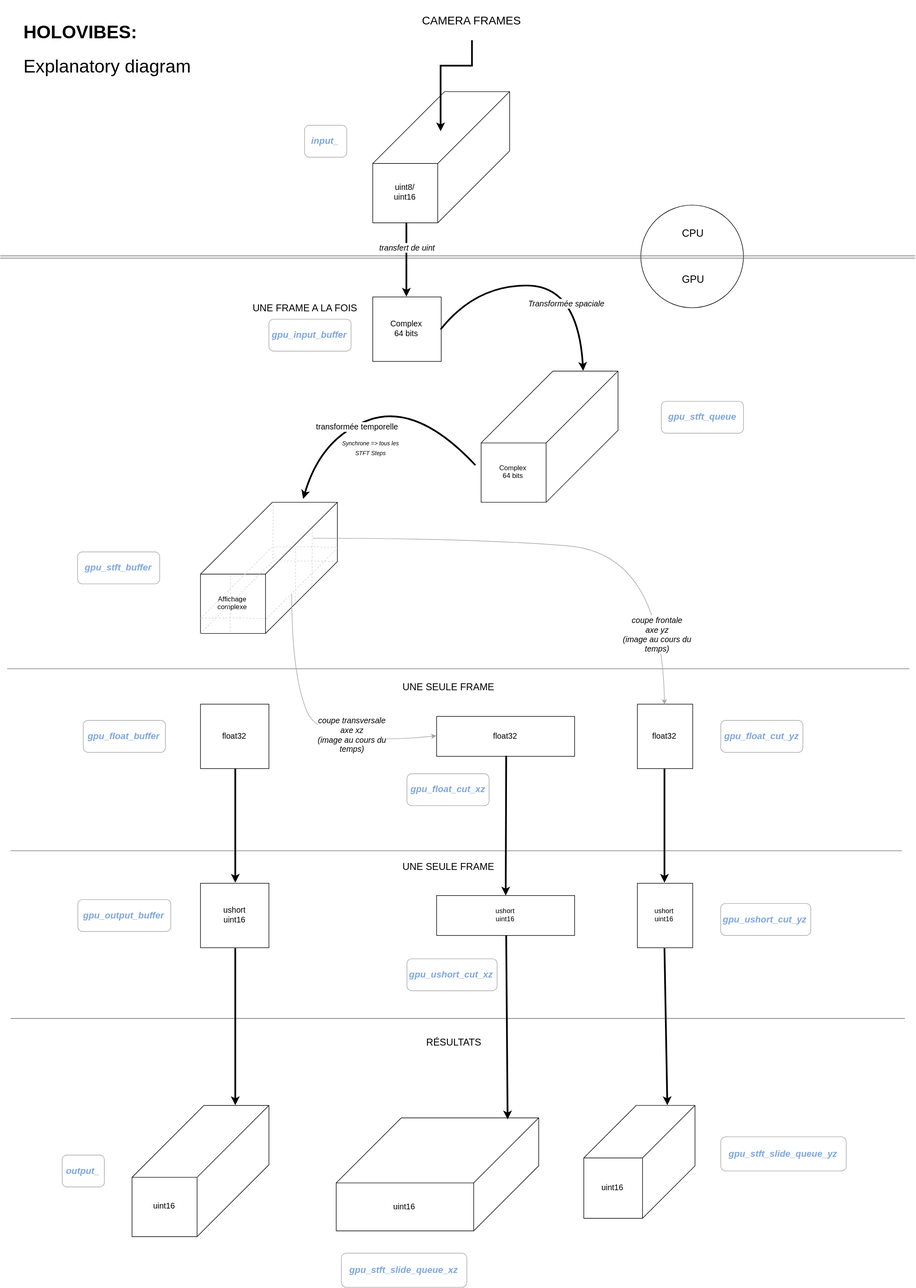
Before: documentation/images/holovibes.svg, a diagram exported from draw.io (DigitalHolography/Holovibes). Source tidied: cells renumbered, new cells last; positions are measured from the earlier drawing's top-left corner, leaving out a move shared by most shapes.
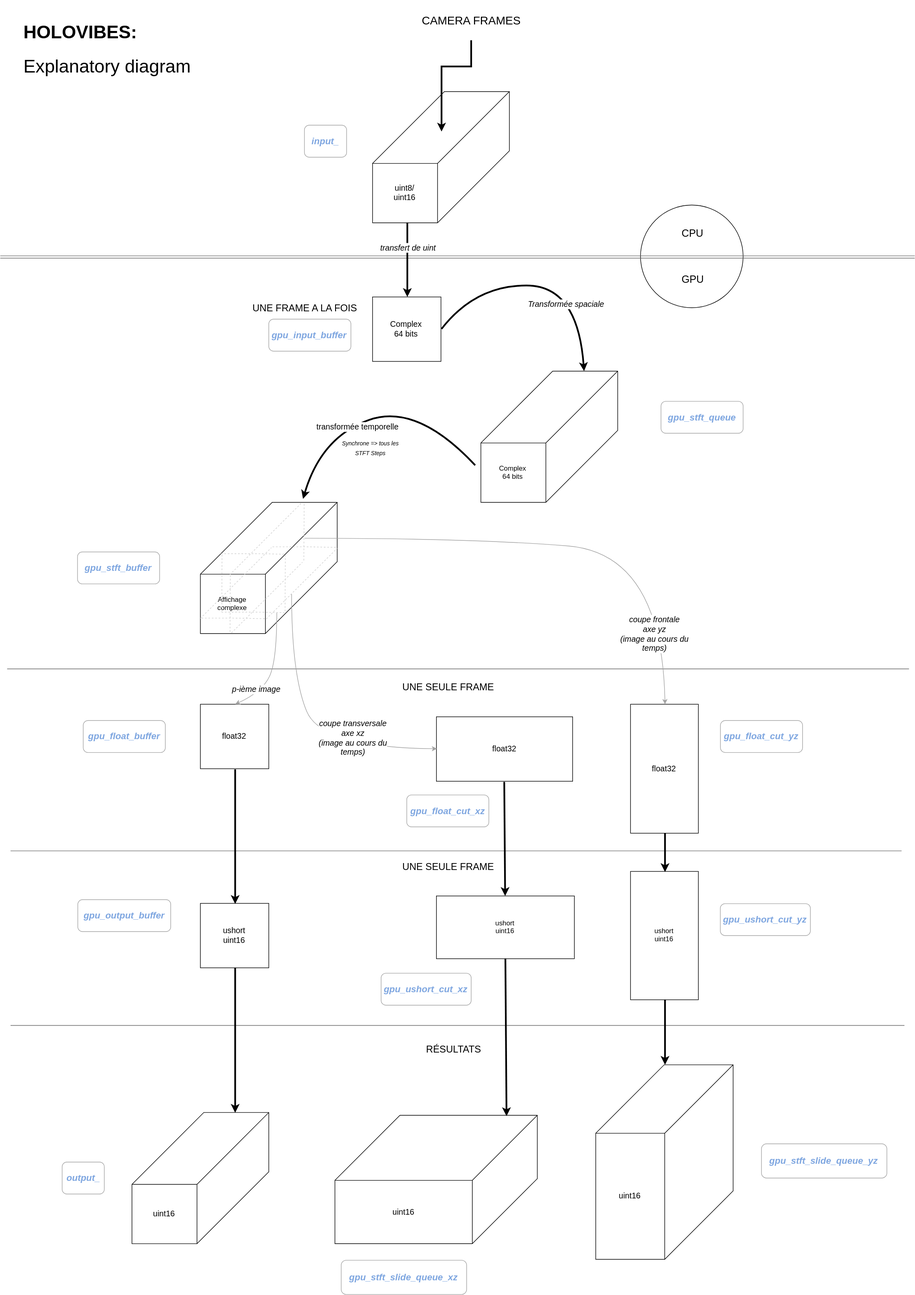
The same file after the commit.

Commit message:
fix: correction of the holovibes diagram

Change to the diagram source:
```diff
@@ -80,49 +80,22 @@
         </Array>
       </mxGeometry>
     </mxCell>
-    <mxCell id="21" style="endArrow=none;dashed=1;html=1;strokeWidth=1;fontSize=14;fillColor=#eeeeee;strokeColor=#CFCFCF;" parent="1" edge="1">
-      <mxGeometry relative="1" as="geometry">
-        <mxPoint x="518" y="954" as="sourcePoint" />
-        <mxPoint x="517.5" y="1056" as="targetPoint" />
-      </mxGeometry>
-    </mxCell>
     <mxCell id="22" style="endArrow=none;dashed=1;html=1;strokeWidth=1;fontSize=14;fillColor=#eeeeee;strokeColor=#CFCFCF;" parent="1" edge="1">
       <mxGeometry relative="1" as="geometry">
         <mxPoint x="403.5" y="1008" as="sourcePoint" />
         <mxPoint x="403" y="1110" as="targetPoint" />
       </mxGeometry>
     </mxCell>
-    <mxCell id="23" style="endArrow=none;dashed=1;html=1;strokeWidth=1;fontSize=14;fillColor=#eeeeee;strokeColor=#CFCFCF;" parent="1" edge="1">
-      <mxGeometry relative="1" as="geometry">
-        <mxPoint x="466.5" y="1084.5" as="sourcePoint" />
-        <mxPoint x="591" y="960.5" as="targetPoint" />
-      </mxGeometry>
-    </mxCell>
-    <mxCell id="24" style="endArrow=none;dashed=1;html=1;strokeWidth=1;fontSize=14;fillColor=#eeeeee;strokeColor=#CFCFCF;" parent="1" edge="1">
-      <mxGeometry relative="1" as="geometry">
-        <mxPoint x="478.5" y="983" as="sourcePoint" />
-        <mxPoint x="591" y="984" as="targetPoint" />
-        <Array as="points">
-          <mxPoint x="540.5" y="983" />
-        </Array>
-      </mxGeometry>
-    </mxCell>
-    <mxCell id="25" style="endArrow=none;dashed=1;html=1;strokeWidth=1;fontSize=14;fillColor=#eeeeee;strokeColor=#CFCFCF;" parent="1" edge="1">
-      <mxGeometry relative="1" as="geometry">
-        <mxPoint x="478.5" y="880" as="sourcePoint" />
-        <mxPoint x="478" y="982" as="targetPoint" />
-      </mxGeometry>
-    </mxCell>
     <mxCell id="26" style="endArrow=none;dashed=1;html=1;strokeWidth=1;fontSize=14;fillColor=#eeeeee;strokeColor=#CFCFCF;" parent="1" edge="1">
       <mxGeometry relative="1" as="geometry">
-        <mxPoint x="351" y="1110" as="sourcePoint" />
-        <mxPoint x="478" y="983" as="targetPoint" />
+        <mxPoint x="402.5" y="1007" as="sourcePoint" />
+        <mxPoint x="529.5" y="880" as="targetPoint" />
       </mxGeometry>
     </mxCell>
     <mxCell id="27" style="endArrow=none;dashed=1;html=1;strokeWidth=1;fontSize=14;fillColor=#eeeeee;strokeColor=#CFCFCF;" parent="1" edge="1">
       <mxGeometry relative="1" as="geometry">
-        <mxPoint x="547" y="926" as="sourcePoint" />
-        <mxPoint x="546.5" y="1028" as="targetPoint" />
+        <mxPoint x="533" y="883" as="sourcePoint" />
+        <mxPoint x="532.5" y="985" as="targetPoint" />
       </mxGeometry>
     </mxCell>
     <mxCell id="28" style="endArrow=none;dashed=1;html=1;strokeWidth=1;fontSize=14;fillColor=#eeeeee;strokeColor=#CFCFCF;" parent="1" edge="1">
@@ -153,10 +126,10 @@
       <mxGeometry x="351" y="1234" width="120" height="113" as="geometry" />
     </mxCell>
     <mxCell id="33" value="&lt;span style=&quot;font-size: 14px&quot;&gt;float32&lt;/span&gt;&lt;br&gt;" style="rounded=0;whiteSpace=wrap;html=1;" parent="1" vertex="1">
-      <mxGeometry x="765" y="1255.5" width="242" height="70" as="geometry" />
+      <mxGeometry x="765" y="1256" width="239" height="113" as="geometry" />
     </mxCell>
     <mxCell id="34" value="&lt;span style=&quot;font-size: 14px&quot;&gt;float32&lt;/span&gt;&lt;br&gt;" style="rounded=0;whiteSpace=wrap;html=1;" parent="1" vertex="1">
-      <mxGeometry x="1117" y="1234" width="97" height="113" as="geometry" />
+      <mxGeometry x="1105.5" y="1234" width="119" height="226" as="geometry" />
     </mxCell>
     <mxCell id="35" value="&lt;font style=&quot;font-size: 17px&quot;&gt;UNE SEULE FRAME&lt;/font&gt;" style="text;html=1;strokeColor=none;fillColor=none;align=center;verticalAlign=middle;whiteSpace=wrap;rounded=0;" parent="1" vertex="1">
       <mxGeometry x="685" y="1184.5" width="201" height="39" as="geometry" />
@@ -177,7 +150,7 @@
     </mxCell>
     <mxCell id="38" style="curved=1;endArrow=classic;html=1;strokeColor=#A3A3A3;strokeWidth=1;fontSize=14;fillColor=#f5f5f5;entryX=0.5;entryY=0;" parent="1" edge="1" target="34">
       <mxGeometry relative="1" as="geometry">
-        <mxPoint x="548" y="943" as="sourcePoint" />
+        <mxPoint x="534" y="943" as="sourcePoint" />
         <Array as="points">
           <mxPoint x="830.5" y="943" />
           <mxPoint x="1160.5" y="970" />
@@ -196,13 +169,13 @@
       </mxGeometry>
     </mxCell>
     <mxCell id="41" value="&lt;span style=&quot;font-size: 14px&quot;&gt;ushort&lt;br&gt;uint16&lt;br&gt;&lt;/span&gt;" style="rounded=0;whiteSpace=wrap;html=1;" parent="1" vertex="1">
-      <mxGeometry x="351" y="1548" width="120" height="113" as="geometry" />
+      <mxGeometry x="351" y="1583" width="120" height="113" as="geometry" />
     </mxCell>
     <mxCell id="42" value="&lt;span&gt;ushort&lt;/span&gt;&lt;br&gt;&lt;span&gt;uint16&lt;/span&gt;&lt;br&gt;" style="rounded=0;whiteSpace=wrap;html=1;" parent="1" vertex="1">
-      <mxGeometry x="765" y="1569.5" width="242" height="70" as="geometry" />
+      <mxGeometry x="765" y="1570" width="242" height="110" as="geometry" />
     </mxCell>
     <mxCell id="43" value="&lt;span&gt;ushort&lt;/span&gt;&lt;br&gt;&lt;span&gt;uint16&lt;/span&gt;&lt;br&gt;" style="rounded=0;whiteSpace=wrap;html=1;" parent="1" vertex="1">
-      <mxGeometry x="1117" y="1548" width="97" height="113" as="geometry" />
+      <mxGeometry x="1105.5" y="1527" width="119" height="225" as="geometry" />
     </mxCell>
     <mxCell id="44" value="&lt;font style=&quot;font-size: 17px&quot;&gt;UNE SEULE FRAME&lt;/font&gt;" style="text;html=1;strokeColor=none;fillColor=none;align=center;verticalAlign=middle;whiteSpace=wrap;rounded=0;" parent="1" vertex="1">
       <mxGeometry x="685" y="1499.5" width="201" height="39" as="geometry" />
@@ -218,21 +191,21 @@
     </mxCell>
     <mxCell id="48" style="endArrow=none;html=1;strokeColor=#666666;strokeWidth=1;fontSize=14;" parent="1" edge="1">
       <mxGeometry relative="1" as="geometry">
-        <mxPoint x="18" y="1785" as="sourcePoint" />
-        <mxPoint x="1586" y="1785" as="targetPoint" />
+        <mxPoint x="18" y="1797" as="sourcePoint" />
+        <mxPoint x="1586" y="1797" as="targetPoint" />
       </mxGeometry>
     </mxCell>
     <mxCell id="49" value="&lt;font style=&quot;font-size: 17px&quot;&gt;RÉSULTATS&lt;/font&gt;" style="text;html=1;strokeColor=none;fillColor=none;align=center;verticalAlign=middle;whiteSpace=wrap;rounded=0;" parent="1" vertex="1">
-      <mxGeometry x="695" y="1807.5" width="201" height="39" as="geometry" />
+      <mxGeometry x="695" y="1819.5" width="201" height="39" as="geometry" />
     </mxCell>
     <mxCell id="50" value="&lt;font style=&quot;font-size: 14px&quot;&gt;uint16&lt;br&gt;&lt;/font&gt;" style="shape=cube;whiteSpace=wrap;html=1;boundedLbl=1;backgroundOutline=1;size=126;direction=south;" parent="1" vertex="1">
-      <mxGeometry x="231" y="1937.6" width="240" height="230" as="geometry" />
+      <mxGeometry x="231" y="1949.6" width="240" height="230" as="geometry" />
     </mxCell>
     <mxCell id="51" value="&lt;font style=&quot;font-size: 14px&quot;&gt;uint16&lt;br&gt;&lt;/font&gt;" style="shape=cube;whiteSpace=wrap;html=1;boundedLbl=1;backgroundOutline=1;size=114;direction=south;" parent="1" vertex="1">
-      <mxGeometry x="589" y="1959.4" width="355" height="198" as="geometry" />
+      <mxGeometry x="587" y="1954.5" width="355" height="225" as="geometry" />
     </mxCell>
-    <mxCell id="52" value="&lt;font style=&quot;font-size: 14px&quot;&gt;uint16&lt;br&gt;&lt;/font&gt;" style="shape=cube;whiteSpace=wrap;html=1;boundedLbl=1;backgroundOutline=1;size=92;direction=south;" parent="1" vertex="1">
-      <mxGeometry x="1023" y="1937.5" width="195" height="198" as="geometry" />
+    <mxCell id="52" value="&lt;font style=&quot;font-size: 14px&quot;&gt;uint16&lt;br&gt;&lt;/font&gt;" style="shape=cube;whiteSpace=wrap;html=1;boundedLbl=1;backgroundOutline=1;size=120;direction=south;" parent="1" vertex="1">
+      <mxGeometry x="1044.5" y="1866" width="241" height="341" as="geometry" />
     </mxCell>
     <mxCell id="53" value="&lt;font size=&quot;1&quot;&gt;&lt;i style=&quot;font-size: 16px&quot;&gt;input_&lt;/i&gt;&lt;/font&gt;" style="text;html=1;strokeColor=#A3A3A3;fillColor=#ffffff;align=center;verticalAlign=middle;whiteSpace=wrap;rounded=1;fontSize=14;fontColor=#7EA6E0;labelBorderColor=none;fontStyle=1;strokeWidth=1;perimeterSpacing=1;" parent="1" vertex="1">
       <mxGeometry x="533.5" y="219" width="74" height="56" as="geometry" />
@@ -250,7 +223,7 @@
       <mxGeometry x="145.5" y="1262.5" width="144" height="56" as="geometry" />
     </mxCell>
     <mxCell id="58" value="&lt;font size=&quot;1&quot;&gt;&lt;i style=&quot;font-size: 16px&quot;&gt;gpu_float_cut_xz&lt;/i&gt;&lt;/font&gt;" style="text;html=1;strokeColor=#A3A3A3;fillColor=#ffffff;align=center;verticalAlign=middle;whiteSpace=wrap;rounded=1;fontSize=14;fontColor=#7EA6E0;labelBorderColor=none;fontStyle=1;strokeWidth=1;perimeterSpacing=1;" parent="1" vertex="1">
-      <mxGeometry x="713" y="1356" width="144" height="56" as="geometry" />
+      <mxGeometry x="713" y="1393" width="144" height="56" as="geometry" />
     </mxCell>
     <mxCell id="59" value="&lt;font size=&quot;1&quot;&gt;&lt;i style=&quot;font-size: 16px&quot;&gt;gpu_float_cut_yz&lt;/i&gt;&lt;/font&gt;" style="text;html=1;strokeColor=#A3A3A3;fillColor=#ffffff;align=center;verticalAlign=middle;whiteSpace=wrap;rounded=1;fontSize=14;fontColor=#7EA6E0;labelBorderColor=none;fontStyle=1;strokeWidth=1;perimeterSpacing=1;" parent="1" vertex="1">
       <mxGeometry x="1263.2" y="1262.5" width="144" height="56" as="geometry" />
@@ -259,13 +232,13 @@
       <mxGeometry x="136" y="1576.5" width="163" height="56" as="geometry" />
     </mxCell>
     <mxCell id="61" value="&lt;font size=&quot;1&quot;&gt;&lt;i style=&quot;font-size: 16px&quot;&gt;gpu_ushort_cut_xz&lt;/i&gt;&lt;/font&gt;" style="text;html=1;strokeColor=#A3A3A3;fillColor=#ffffff;align=center;verticalAlign=middle;whiteSpace=wrap;rounded=1;fontSize=14;fontColor=#7EA6E0;labelBorderColor=none;fontStyle=1;strokeWidth=1;perimeterSpacing=1;" parent="1" vertex="1">
-      <mxGeometry x="713" y="1680.5" width="158" height="56" as="geometry" />
+      <mxGeometry x="668" y="1705.5" width="158" height="56" as="geometry" />
     </mxCell>
     <mxCell id="62" value="&lt;font size=&quot;1&quot;&gt;&lt;i style=&quot;font-size: 16px&quot;&gt;gpu_ushort_cut_yz&lt;/i&gt;&lt;/font&gt;" style="text;html=1;strokeColor=#A3A3A3;fillColor=#ffffff;align=center;verticalAlign=middle;whiteSpace=wrap;rounded=1;fontSize=14;fontColor=#7EA6E0;labelBorderColor=none;fontStyle=1;strokeWidth=1;perimeterSpacing=1;" parent="1" vertex="1">
       <mxGeometry x="1263" y="1583.5" width="158" height="56" as="geometry" />
     </mxCell>
     <mxCell id="63" value="&lt;font size=&quot;1&quot;&gt;&lt;i style=&quot;font-size: 16px&quot;&gt;output_&lt;/i&gt;&lt;/font&gt;" style="text;html=1;strokeColor=#A3A3A3;fillColor=#ffffff;align=center;verticalAlign=middle;whiteSpace=wrap;rounded=1;fontSize=14;fontColor=#7EA6E0;labelBorderColor=none;fontStyle=1;strokeWidth=1;perimeterSpacing=1;" parent="1" vertex="1">
-      <mxGeometry x="108.5" y="2024.5" width="74" height="56" as="geometry" />
+      <mxGeometry x="108.5" y="2036.5" width="74" height="56" as="geometry" />
     </mxCell>
     <mxCell id="64" style="endArrow=classic;html=1;strokeColor=#000000;strokeWidth=3;fontSize=14;fontColor=#7EA6E0;exitX=0.5;exitY=1;entryX=0;entryY=0.25;" parent="1" edge="1" source="41" target="50">
       <mxGeometry relative="1" as="geometry" />
@@ -273,14 +246,70 @@
     <mxCell id="65" style="endArrow=classic;html=1;strokeColor=#000000;strokeWidth=3;fontSize=14;fontColor=#7EA6E0;entryX=0.008;entryY=0.153;entryPerimeter=0;exitX=0.5;exitY=1;" parent="1" edge="1" source="42" target="51">
       <mxGeometry relative="1" as="geometry" />
     </mxCell>
-    <mxCell id="66" style="endArrow=classic;html=1;strokeColor=#000000;strokeWidth=3;fontSize=14;fontColor=#7EA6E0;exitX=0.5;exitY=1;entryX=0;entryY=0.25;" parent="1" edge="1" source="43" target="52">
+    <mxCell id="66" style="endArrow=classic;html=1;strokeColor=#000000;strokeWidth=3;fontSize=14;fontColor=#7EA6E0;exitX=0.5;exitY=1;entryX=0;entryY=0.5;" parent="1" edge="1" source="43" target="52">
       <mxGeometry relative="1" as="geometry" />
     </mxCell>
     <mxCell id="67" value="&lt;font size=&quot;1&quot;&gt;&lt;i style=&quot;font-size: 16px&quot;&gt;gpu_stft_slide_queue_xz&lt;/i&gt;&lt;/font&gt;" style="text;html=1;strokeColor=#A3A3A3;fillColor=#ffffff;align=center;verticalAlign=middle;whiteSpace=wrap;rounded=1;fontSize=14;fontColor=#7EA6E0;labelBorderColor=none;fontStyle=1;strokeWidth=1;perimeterSpacing=1;" parent="1" vertex="1">
-      <mxGeometry x="598" y="2196.5" width="220" height="60" as="geometry" />
+      <mxGeometry x="598" y="2208.5" width="220" height="60" as="geometry" />
     </mxCell>
     <mxCell id="68" value="&lt;font size=&quot;1&quot;&gt;&lt;i style=&quot;font-size: 16px&quot;&gt;gpu_stft_slide_queue_yz&lt;/i&gt;&lt;/font&gt;" style="text;html=1;strokeColor=#A3A3A3;fillColor=#ffffff;align=center;verticalAlign=middle;whiteSpace=wrap;rounded=1;fontSize=14;fontColor=#7EA6E0;labelBorderColor=none;fontStyle=1;strokeWidth=1;perimeterSpacing=1;" parent="1" vertex="1">
-      <mxGeometry x="1263.2" y="1992.5" width="220" height="60" as="geometry" />
+      <mxGeometry x="1335.2" y="2004.5" width="220" height="60" as="geometry" />
     </mxCell>
+    <mxCell id="69" style="endArrow=none;dashed=1;html=1;strokeWidth=1;fontSize=14;fillColor=#eeeeee;strokeColor=#CFCFCF;" parent="1" edge="1">
+      <mxGeometry relative="1" as="geometry">
+        <mxPoint x="405.5" y="1109" as="sourcePoint" />
+        <mxPoint x="530" y="985" as="targetPoint" />
+      </mxGeometry>
+    </mxCell>
+    <mxCell id="70" style="endArrow=none;dashed=1;html=1;strokeWidth=1;fontSize=14;fillColor=#eeeeee;strokeColor=#CFCFCF;" parent="1" edge="1">
+      <mxGeometry relative="1" as="geometry">
+        <mxPoint x="500" y="972" as="sourcePoint" />
+        <mxPoint x="499.5" y="1074" as="targetPoint" />
+      </mxGeometry>
+    </mxCell>
+    <mxCell id="71" style="endArrow=none;dashed=1;html=1;strokeWidth=1;fontSize=14;fillColor=#eeeeee;strokeColor=#CFCFCF;" parent="1" edge="1">
+      <mxGeometry relative="1" as="geometry">
+        <mxPoint x="388" y="1072.5" as="sourcePoint" />
+        <mxPoint x="500.5" y="1073.5" as="targetPoint" />
+        <Array as="points">
+          <mxPoint x="450" y="1072.5" />
+        </Array>
+      </mxGeometry>
+    </mxCell>
+    <mxCell id="72" style="endArrow=none;dashed=1;html=1;strokeWidth=1;fontSize=14;fillColor=#eeeeee;strokeColor=#CFCFCF;" parent="1" edge="1">
+      <mxGeometry relative="1" as="geometry">
+        <mxPoint x="387" y="970" as="sourcePoint" />
+        <mxPoint x="499.5" y="971" as="targetPoint" />
+        <Array as="points">
+          <mxPoint x="449" y="970" />
+        </Array>
+      </mxGeometry>
+    </mxCell>
+    <mxCell id="73" style="endArrow=none;dashed=1;html=1;strokeWidth=1;fontSize=14;fillColor=#eeeeee;strokeColor=#CFCFCF;" parent="1" edge="1">
+      <mxGeometry relative="1" as="geometry">
+        <mxPoint x="389" y="972" as="sourcePoint" />
+        <mxPoint x="388.5" y="1074" as="targetPoint" />
+      </mxGeometry>
+    </mxCell>
+    <mxCell id="74" style="curved=1;endArrow=classic;html=1;strokeColor=#A3A3A3;strokeWidth=1;fontSize=14;fillColor=#f5f5f5;entryX=0.5;entryY=0;" parent="1" edge="1" target="32">
+      <mxGeometry relative="1" as="geometry">
+        <mxPoint x="485" y="1074" as="sourcePoint" />
+        <Array as="points">
+          <mxPoint x="485" y="1157" />
+          <mxPoint x="460" y="1212" />
+        </Array>
+      </mxGeometry>
+    </mxCell>
+    <mxCell id="75" value="p-ième image&lt;br&gt;" style="text;html=1;align=center;verticalAlign=middle;labelBackgroundColor=#ffffff;fontSize=14;fontStyle=2;" parent="74" vertex="1">
+      <mxGeometry x="0.37" y="16" relative="1" as="geometry">
+        <mxPoint x="-29.5" y="-4" as="offset" />
+      </mxGeometry>
+    </mxCell>
+    <mxCell id="23" style="endArrow=none;dashed=1;html=1;strokeWidth=1;fontSize=14;fillColor=#eeeeee;strokeColor=#CFCFCF;" parent="1" edge="1">
+      <mxGeometry relative="1" as="geometry">
+        <mxPoint x="466.5" y="1084.5" as="sourcePoint" />
+        <mxPoint x="591" y="960.5" as="targetPoint" />
+      </mxGeometry>
+    </mxCell>
   </root>
 </mxGraphModel>
```
